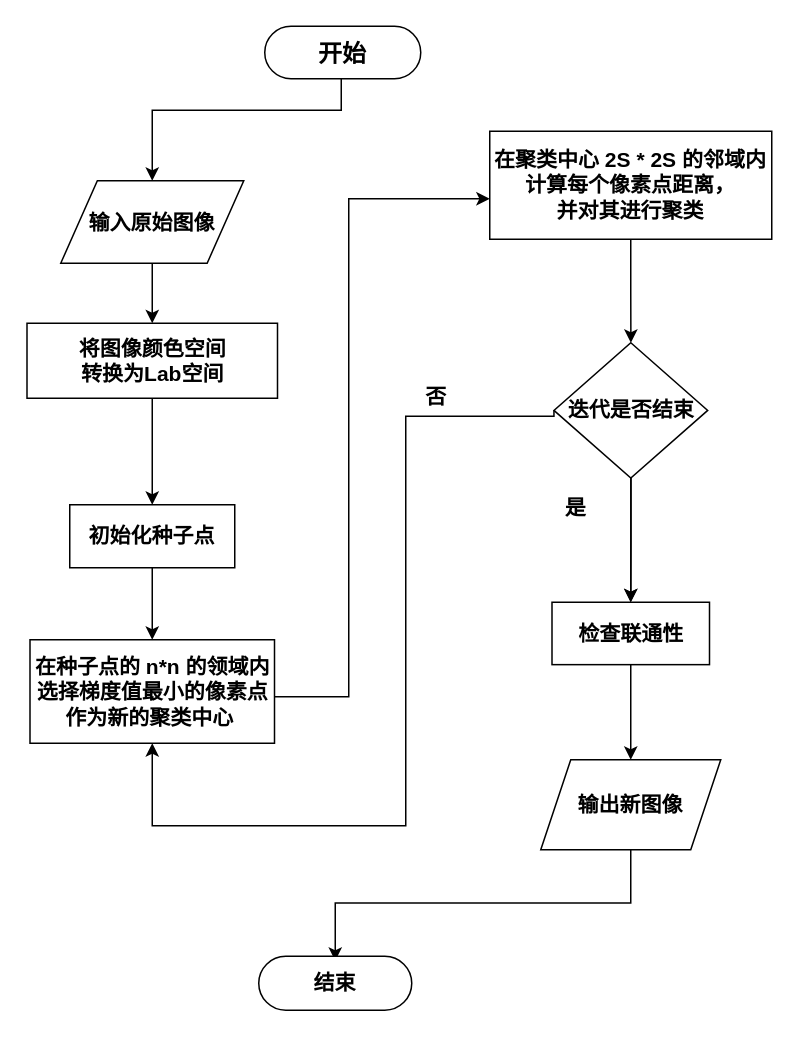
This is SLIC流程图.drawio from wen124/draw, a draw.io file, before an edit. Source tidied: cells renumbered, new cells numbered last; positions are measured from the earlier drawing's top-left corner, leaving out a move shared by most shapes. Both pictures are drawn from the tidied source at 150%, with x=0, y=0 at pixel (26, 26).
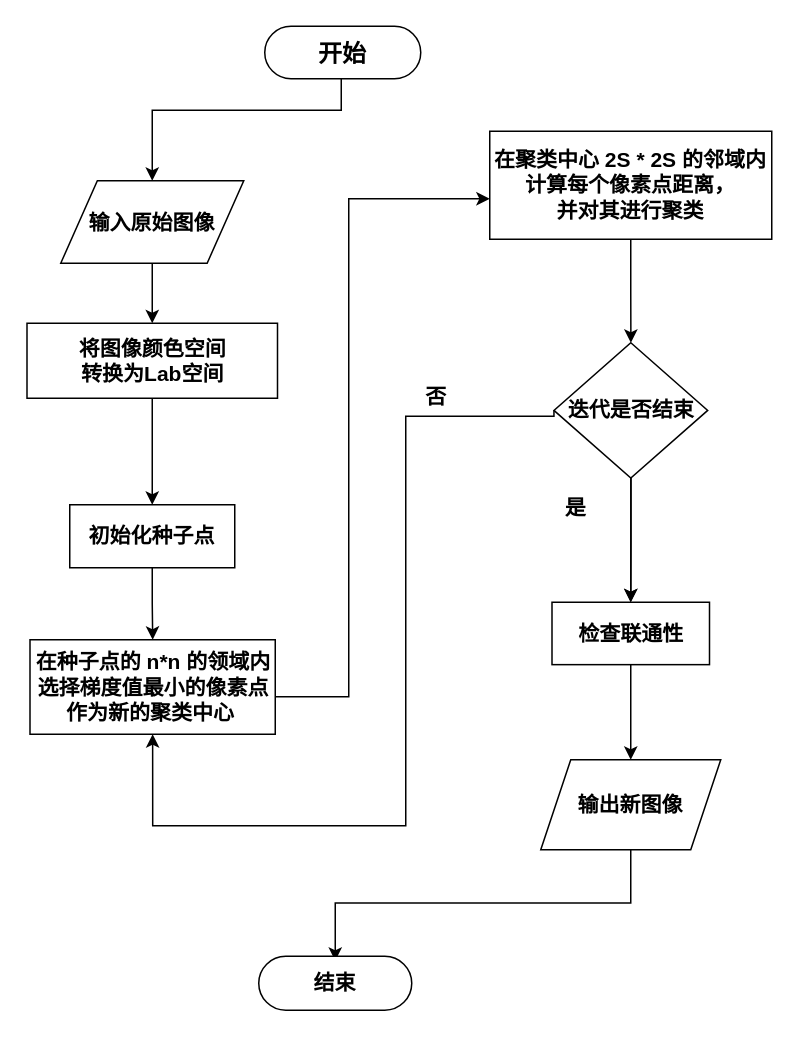
The same diagram, later.

Commit message (it also covers changes not shown here):
更新SLIC流程图.drawio

Diff of the diagram source:
```diff
@@
-    <mxCell id="11" value="在种子点的 n*n 的领域内选择梯度值最小的像素点作为新的聚类中心&amp;nbsp;" style="whiteSpace=wrap;html=1;dashed=0;fontStyle=1;fontSize=14;" parent="1" vertex="1">
-      <mxGeometry x="2.5" y="409" width="163" height="69" as="geometry" />
+    <mxCell id="11" value="在种子点的 n*n 的领域内&lt;br&gt;选择梯度值最小的像素点&lt;br&gt;作为新的聚类中心&amp;nbsp;" style="whiteSpace=wrap;html=1;dashed=0;fontStyle=1;fontSize=14;" parent="1" vertex="1">
+      <mxGeometry x="2.5" y="409" width="163.5" height="63" as="geometry" />
     </mxCell>
```
